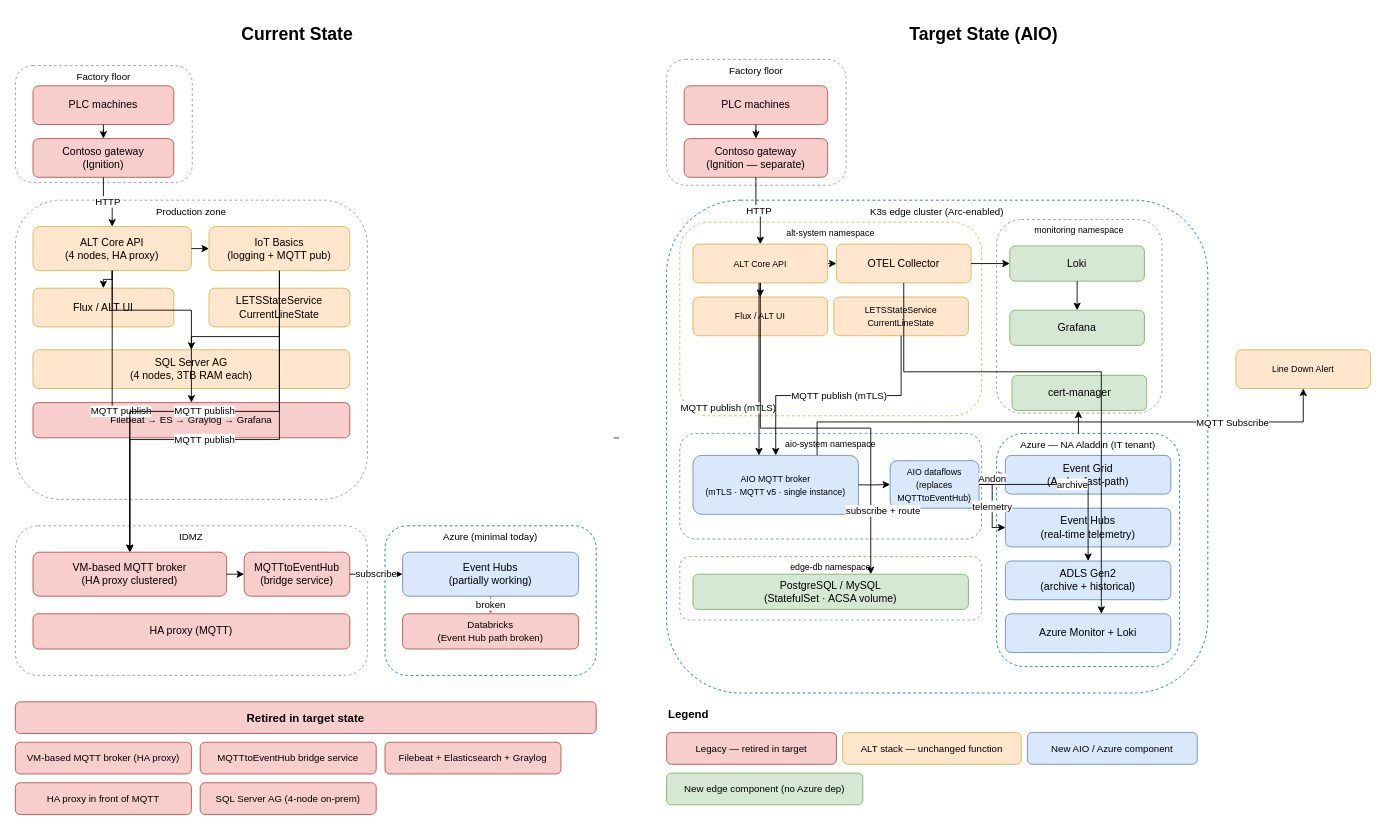
The draw.io diagram page "MQTT" (3 of 5) of aio/AIO.drawio in avinashr-insight/manufacturing-iot, before the edit. Source tidied: cells renumbered, new cells numbered last; positions are measured from the earlier drawing's top-left corner, leaving out a move shared by most shapes. Both pictures are drawn from the tidied source at 88%, with x=0, y=0 at pixel (15, 15).
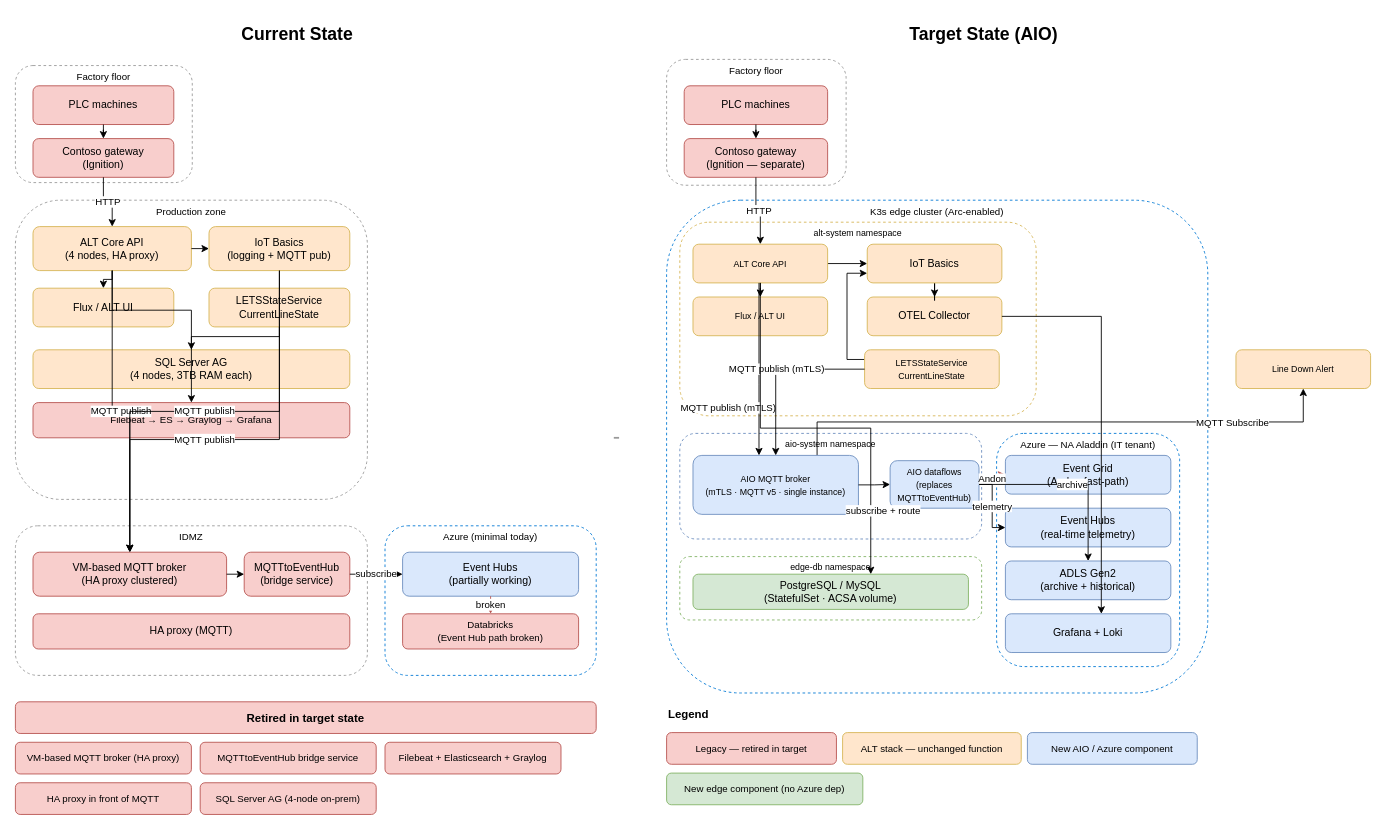
The same diagram, later.

Commit message (it also covers changes not shown here):
Removed monitoring namespace readded IoT Basics, updated azure environment to reflect Grafana + Loki

Unchanged cells that the change refers to:
```xml
<mxCell id="40" value="&lt;font style=&quot;font-size: 10px;&quot;&gt;ALT Core API&lt;/font&gt;" style="rounded=1;whiteSpace=wrap;html=1;fillColor=#ffe6cc;strokeColor=#d6b656;fontSize=12;" parent="1" vertex="1">
  <mxGeometry x="770" y="260" width="153" height="44" as="geometry" />
</mxCell>
<mxCell id="56" value="Azure — NA Aladdin (IT tenant)" style="rounded=1;whiteSpace=wrap;html=1;fillColor=none;strokeColor=#0078d4;dashed=1;fontSize=11;verticalAlign=top;strokeWidth=1;" parent="1" vertex="1">
  <mxGeometry x="1115" y="475" width="208" height="265" as="geometry" />
</mxCell>
```

Change to the diagram source:
```diff
@@
     <mxCell id="38" value="alt-system namespace" style="rounded=1;whiteSpace=wrap;html=1;fillColor=none;strokeColor=#d6b656;dashed=1;fontSize=10;verticalAlign=top;strokeWidth=1;" parent="1" vertex="1">
-      <mxGeometry x="755" y="235" width="343" height="220" as="geometry" />
+      <mxGeometry x="755" y="235" width="405" height="220" as="geometry" />
     </mxCell>
-    <mxCell id="39" style="edgeStyle=orthogonalEdgeStyle;rounded=0;jettySize=auto;html=1;exitX=1;exitY=0.5;exitDx=0;exitDy=0;entryX=0;entryY=0.5;entryDx=0;entryDy=0;" parent="1" edge="1" source="40" target="43">
+    <mxCell id="39" style="edgeStyle=orthogonalEdgeStyle;rounded=0;jettySize=auto;html=1;exitX=1;exitY=0.5;exitDx=0;exitDy=0;entryX=0;entryY=0.5;entryDx=0;entryDy=0;" parent="1" edge="1" source="40" target="88">
       <mxGeometry relative="1" as="geometry" />
     </mxCell>
@@
+    <mxCell id="86" style="edgeStyle=orthogonalEdgeStyle;rounded=0;jettySize=auto;html=1;exitX=0;exitY=0.25;exitDx=0;exitDy=0;entryX=0;entryY=0.75;entryDx=0;entryDy=0;" parent="1" edge="1" source="42" target="88">
+      <mxGeometry relative="1" as="geometry" />
+    </mxCell>
     <mxCell id="42" value="&lt;font style=&quot;font-size: 10px;&quot;&gt;LETSStateService&lt;br&gt;CurrentLineState&lt;/font&gt;" style="rounded=1;whiteSpace=wrap;html=1;fillColor=#ffe6cc;strokeColor=#d6b656;fontSize=12;" parent="1" vertex="1">
-      <mxGeometry x="930" y="320" width="153" height="44" as="geometry" />
+      <mxGeometry x="965" y="380" width="153" height="44" as="geometry" />
     </mxCell>
     <mxCell id="43" value="OTEL Collector" style="rounded=1;whiteSpace=wrap;html=1;fillColor=#ffe6cc;strokeColor=#d6b656;fontSize=12;" parent="1" vertex="1">
-      <mxGeometry x="933" y="260" width="153" height="44" as="geometry" />
+      <mxGeometry x="968" y="320" width="153" height="44" as="geometry" />
     </mxCell>
@@
-    <mxCell id="51" value="monitoring namespace" style="rounded=1;whiteSpace=wrap;html=1;fillColor=none;strokeColor=#999999;dashed=1;fontSize=10;verticalAlign=top;strokeWidth=1;" parent="1" vertex="1">
-      <mxGeometry x="1115" y="232" width="188" height="220" as="geometry" />
-    </mxCell>
-    <mxCell id="52" value="Loki" style="rounded=1;whiteSpace=wrap;html=1;fillColor=#d5e8d4;strokeColor=#82b366;fontSize=12;" parent="1" vertex="1">
-      <mxGeometry x="1130" y="262" width="153" height="40" as="geometry" />
-    </mxCell>
-    <mxCell id="53" value="Grafana" style="rounded=1;whiteSpace=wrap;html=1;fillColor=#d5e8d4;strokeColor=#82b366;fontSize=12;" parent="1" vertex="1">
-      <mxGeometry x="1130" y="335" width="153" height="40" as="geometry" />
-    </mxCell>
-    <mxCell id="54" value="cert-manager" style="rounded=1;whiteSpace=wrap;html=1;fillColor=#d5e8d4;strokeColor=#82b366;fontSize=12;" parent="1" vertex="1">
-      <mxGeometry x="1132.5" y="409" width="153" height="40" as="geometry" />
-    </mxCell>
-    <mxCell id="55" style="edgeStyle=orthogonalEdgeStyle;rounded=0;jettySize=auto;html=1;" parent="1" edge="1" source="56" target="54">
-      <mxGeometry relative="1" as="geometry">
-        <Array as="points">
-          <mxPoint x="1208" y="466" />
-          <mxPoint x="1208" y="466" />
-        </Array>
-      </mxGeometry>
-    </mxCell>
@@
-    <mxCell id="60" value="Azure Monitor + Loki" style="rounded=1;whiteSpace=wrap;html=1;fillColor=#dae8fc;strokeColor=#6c8ebf;fontSize=12;" parent="1" vertex="1">
+    <mxCell id="60" value="Grafana + Loki" style="rounded=1;whiteSpace=wrap;html=1;fillColor=#dae8fc;strokeColor=#6c8ebf;fontSize=12;" parent="1" vertex="1">
       <mxGeometry x="1125" y="680" width="188" height="44" as="geometry" />
     </mxCell>
@@
-    <mxCell id="71" style="edgeStyle=orthogonalEdgeStyle;rounded=0;html=1;" parent="1" edge="1" source="43" target="52">
-      <mxGeometry relative="1" as="geometry" />
-    </mxCell>
-    <mxCell id="72" style="edgeStyle=orthogonalEdgeStyle;rounded=0;html=1;" parent="1" edge="1" source="43" target="60">
+    <mxCell id="72" style="edgeStyle=orthogonalEdgeStyle;rounded=0;html=1;exitX=1;exitY=0.5;exitDx=0;exitDy=0;" parent="1" edge="1" source="43" target="60">
       <mxGeometry relative="1" as="geometry">
         <Array as="points">
-          <mxPoint x="1234" y="405" />
+          <mxPoint x="1234" y="342" />
         </Array>
       </mxGeometry>
     </mxCell>
-    <mxCell id="73" style="edgeStyle=orthogonalEdgeStyle;rounded=0;html=1;" parent="1" edge="1" source="52" target="53">
-      <mxGeometry relative="1" as="geometry" />
-    </mxCell>
@@
+    <mxCell id="87" style="edgeStyle=orthogonalEdgeStyle;rounded=0;jettySize=auto;html=1;exitX=0.5;exitY=1;exitDx=0;exitDy=0;" parent="1" edge="1" source="88" target="43">
+      <mxGeometry relative="1" as="geometry" />
+    </mxCell>
+    <mxCell id="88" value="IoT Basics" style="rounded=1;whiteSpace=wrap;html=1;fillColor=#ffe6cc;strokeColor=#d6b656;fontSize=12;" parent="1" vertex="1">
+      <mxGeometry x="968" y="260" width="153" height="44" as="geometry" />
+    </mxCell>
```
